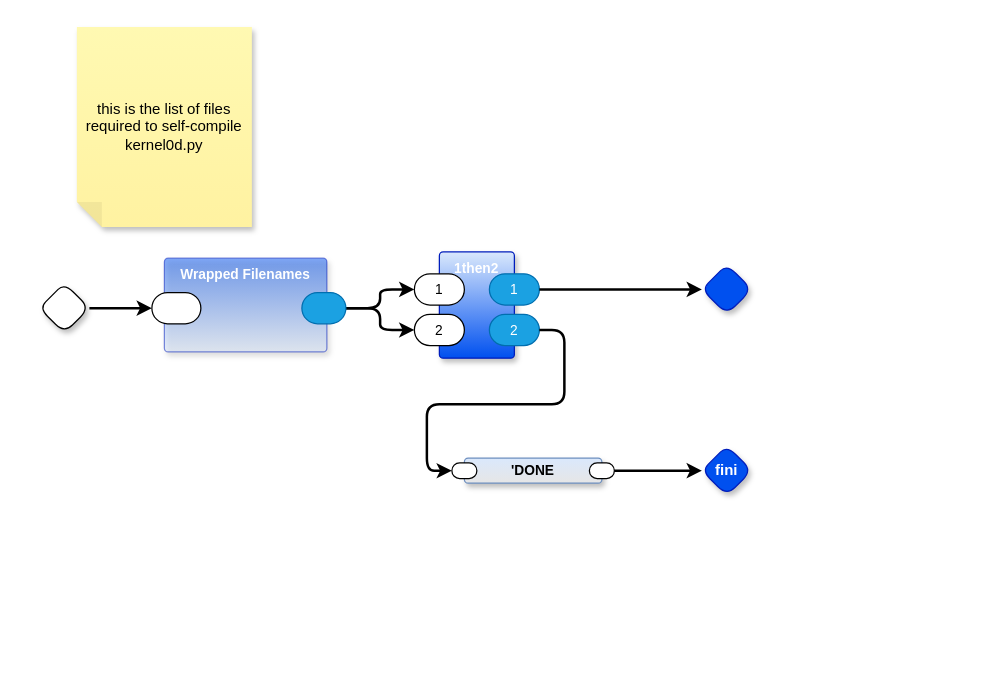
Above: page "List Filenames" (2 of 35) of rt2all.drawio in guitarvydas/rt (draw.io), before the change. Source tidied: cells renumbered, new cells numbered last; positions are measured from the earlier drawing's top-left corner, leaving out a move shared by most shapes. Both pictures are drawn from the tidied source at 125%, with x=0, y=0 at pixel (39, 26).
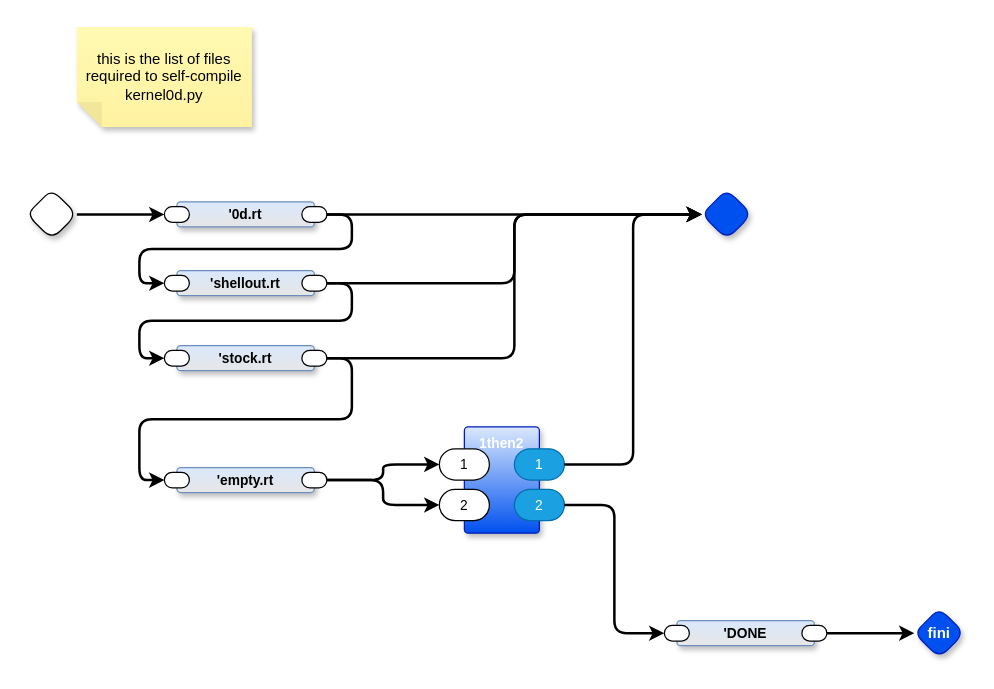
The same diagram, later.

Unchanged cells that the change refers to:
```xml
<mxCell id="11" value="2" style="rounded=1;whiteSpace=wrap;html=1;sketch=0;points=[[0,0.5,0,0,0],[1,0.5,0,0,0]];arcSize=50;fontFamily=Helvetica;fontSize=11;fontColor=default;labelBackgroundColor=none;" parent="10" vertex="1">
  <mxGeometry x="-20" y="50" width="40" height="25" as="geometry" />
</mxCell>
<mxCell id="12" value="1" style="rounded=1;whiteSpace=wrap;html=1;sketch=0;points=[[0,0.5,0,0,0],[1,0.5,0,0,0]];arcSize=50;fontFamily=Helvetica;fontSize=11;fontColor=default;labelBackgroundColor=none;" parent="10" vertex="1">
  <mxGeometry x="-20" y="17.5" width="40" height="25" as="geometry" />
</mxCell>
<mxCell id="13" value="1" style="rounded=1;whiteSpace=wrap;html=1;sketch=0;points=[[0,0.5,0,0,0],[1,0.5,0,0,0]];fillColor=#1ba1e2;fontColor=#ffffff;strokeColor=#006EAF;arcSize=50;fontFamily=Helvetica;fontSize=11;labelBackgroundColor=none;" parent="10" vertex="1">
  <mxGeometry x="40" y="17.5" width="40" height="25" as="geometry" />
</mxCell>
```

Change to the diagram source:
```diff
@@
-    <mxCell id="2" style="rhombus;whiteSpace=wrap;html=1;rounded=1;fontStyle=1;glass=0;sketch=0;fontSize=12;points=[[0,0.5,0,0,0],[0.5,0,0,0,0],[0.5,1,0,0,0],[1,0.5,0,0,0]];shadow=1;fontFamily=Helvetica;fontColor=default;" parent="1" vertex="1">
-      <mxGeometry y="205" width="40" height="40" as="geometry" />
-    </mxCell>
-    <mxCell id="3" style="edgeStyle=orthogonalEdgeStyle;rounded=1;jettySize=auto;html=1;exitX=1;exitY=0.5;exitDx=0;exitDy=0;exitPerimeter=0;strokeWidth=2;curved=0;entryX=0;entryY=0.5;entryDx=0;entryDy=0;entryPerimeter=0;" parent="1" edge="1" source="2" target="21">
-      <mxGeometry relative="1" as="geometry" />
-    </mxCell>
     <mxCell id="4" value="'DONE" style="rounded=1;whiteSpace=wrap;html=1;verticalAlign=middle;arcSize=6;fontStyle=1;absoluteArcSize=1;shadow=1;strokeColor=#6c8ebf;fillColor=#dae8fc;fontFamily=Helvetica;fontSize=11;gradientColor=#E6E6E6;fontColor=default;" parent="1" vertex="1">
-      <mxGeometry x="340" y="345" width="110" height="20" as="geometry" />
+      <mxGeometry x="510" y="475" width="110" height="20" as="geometry" />
     </mxCell>
@@
     <mxCell id="7" style="rhombus;whiteSpace=wrap;html=1;rounded=1;fontStyle=1;glass=0;sketch=0;fontSize=12;points=[[0,0.5,0,0,0],[0.5,0,0,0,0],[0.5,1,0,0,0],[1,0.5,0,0,0]];shadow=1;fillColor=#0050ef;fontColor=#ffffff;strokeColor=#001DBC;fontFamily=Helvetica;labelBackgroundColor=none;" parent="1" vertex="1">
-      <mxGeometry x="530" y="190" width="40" height="40" as="geometry" />
+      <mxGeometry x="530" y="130" width="40" height="40" as="geometry" />
     </mxCell>
     <mxCell id="8" value="fini" style="rhombus;whiteSpace=wrap;html=1;rounded=1;fontStyle=1;glass=0;sketch=0;fontSize=12;points=[[0,0.5,0,0,0],[0.5,0,0,0,0],[0.5,1,0,0,0],[1,0.5,0,0,0]];shadow=1;fillColor=#0050ef;fontColor=#ffffff;strokeColor=#001DBC;fontFamily=Helvetica;labelBackgroundColor=none;" parent="1" vertex="1">
-      <mxGeometry x="530" y="335" width="40" height="40" as="geometry" />
+      <mxGeometry x="700" y="465" width="40" height="40" as="geometry" />
     </mxCell>
@@
     <mxCell id="10" value="1then2" style="rounded=1;whiteSpace=wrap;html=1;sketch=0;verticalAlign=top;arcSize=6;fontStyle=1;absoluteArcSize=1;shadow=1;strokeColor=#001DBC;fillColor=#DAE8FC;fontColor=#ffffff;gradientColor=#0050EF;fontFamily=Helvetica;fontSize=11;labelBackgroundColor=none;" parent="1" vertex="1">
-      <mxGeometry x="320" y="180" width="60" height="85" as="geometry" />
+      <mxGeometry x="340" y="320" width="60" height="85" as="geometry" />
     </mxCell>
@@
-    <mxCell id="15" style="edgeStyle=orthogonalEdgeStyle;shape=connector;curved=0;rounded=1;jettySize=auto;html=1;exitX=1;exitY=0.5;exitDx=0;exitDy=0;exitPerimeter=0;entryX=0;entryY=0.5;entryDx=0;entryDy=0;entryPerimeter=0;strokeColor=default;strokeWidth=2;align=center;verticalAlign=middle;fontFamily=Helvetica;fontSize=11;fontColor=default;labelBackgroundColor=default;endArrow=classic;" parent="1" edge="1" source="22" target="12">
-      <mxGeometry relative="1" as="geometry" />
-    </mxCell>
-    <mxCell id="16" style="edgeStyle=orthogonalEdgeStyle;shape=connector;curved=0;rounded=1;jettySize=auto;html=1;exitX=1;exitY=0.5;exitDx=0;exitDy=0;exitPerimeter=0;strokeColor=default;strokeWidth=2;align=center;verticalAlign=middle;fontFamily=Helvetica;fontSize=11;fontColor=default;labelBackgroundColor=default;endArrow=classic;" parent="1" edge="1" source="13" target="7">
-      <mxGeometry relative="1" as="geometry" />
-    </mxCell>
-    <mxCell id="17" style="edgeStyle=orthogonalEdgeStyle;shape=connector;curved=0;rounded=1;jettySize=auto;html=1;exitX=1;exitY=0.5;exitDx=0;exitDy=0;exitPerimeter=0;entryX=0;entryY=0.5;entryDx=0;entryDy=0;entryPerimeter=0;strokeColor=default;strokeWidth=2;align=center;verticalAlign=middle;fontFamily=Helvetica;fontSize=11;fontColor=default;labelBackgroundColor=default;endArrow=classic;" parent="1" edge="1" source="22" target="11">
-      <mxGeometry relative="1" as="geometry" />
-    </mxCell>
@@
     <mxCell id="19" value="this is the list of files required to self-compile kernel0d.py" style="shape=note;whiteSpace=wrap;html=1;backgroundOutline=1;fontColor=#000000;darkOpacity=0.05;fillColor=#FFF9B2;strokeColor=none;fillStyle=solid;direction=west;gradientDirection=north;gradientColor=#FFF2A1;shadow=1;size=20;" parent="1" vertex="1">
-      <mxGeometry x="30" width="140" height="160" as="geometry" />
+      <mxGeometry x="30" width="140" height="80" as="geometry" />
     </mxCell>
-    <mxCell id="20" value="Wrapped Filenames" style="rounded=1;whiteSpace=wrap;sketch=0;verticalAlign=top;arcSize=6;fontStyle=1;absoluteArcSize=1;shadow=1;strokeColor=#001DBC;fillColor=#0050ef;fontColor=#ffffff;fontFamily=Helvetica;fontSize=11;labelBackgroundColor=none;opacity=50;gradientColor=#DAE8FC;" parent="1" vertex="1">
-      <mxGeometry x="100" y="185" width="130" height="75" as="geometry" />
-    </mxCell>
-    <mxCell id="21" style="rounded=1;whiteSpace=wrap;sketch=0;points=[[0,0.5,0,0,0],[1,0.5,0,0,0]];arcSize=50;fontFamily=Helvetica;fontSize=11;fontColor=default;labelBackgroundColor=none;" parent="20" vertex="1">
-      <mxGeometry x="-10" y="27.5" width="39.2" height="25" as="geometry" />
-    </mxCell>
-    <mxCell id="22" style="rounded=1;whiteSpace=wrap;sketch=0;points=[[0,0.5,0,0,0],[1,0.5,0,0,0]];fillColor=#1ba1e2;fontColor=#ffffff;strokeColor=#006EAF;arcSize=50;fontFamily=Helvetica;fontSize=11;labelBackgroundColor=none;" parent="20" vertex="1">
-      <mxGeometry x="110" y="27.5" width="35.2" height="25" as="geometry" />
-    </mxCell>
+    <mxCell id="23" style="rhombus;whiteSpace=wrap;html=1;rounded=1;fontStyle=1;glass=0;sketch=0;fontSize=12;points=[[0,0.5,0,0,0],[0.5,0,0,0,0],[0.5,1,0,0,0],[1,0.5,0,0,0]];shadow=1;fontFamily=Helvetica;fontColor=default;" parent="1" vertex="1">
+      <mxGeometry x="-10" y="130" width="40" height="40" as="geometry" />
+    </mxCell>
+    <mxCell id="24" style="edgeStyle=orthogonalEdgeStyle;rounded=1;jettySize=auto;html=1;exitX=1;exitY=0.5;exitDx=0;exitDy=0;exitPerimeter=0;strokeWidth=2;curved=0;entryX=0;entryY=0.5;entryDx=0;entryDy=0;entryPerimeter=0;" parent="1" edge="1" source="23" target="42">
+      <mxGeometry relative="1" as="geometry" />
+    </mxCell>
+    <mxCell id="25" value="'shellout.rt" style="rounded=1;whiteSpace=wrap;html=1;verticalAlign=middle;arcSize=6;fontStyle=1;absoluteArcSize=1;shadow=1;strokeColor=#6c8ebf;fillColor=#dae8fc;fontFamily=Helvetica;fontSize=11;gradientColor=#E6E6E6;fontColor=default;" parent="1" vertex="1">
+      <mxGeometry x="110" y="195" width="110" height="20" as="geometry" />
+    </mxCell>
+    <mxCell id="26" style="rounded=1;whiteSpace=wrap;html=1;sketch=0;points=[[0,0.5,0,0,0],[1,0.5,0,0,0]];arcSize=50;fontFamily=Helvetica;fontSize=11;fontColor=default;" parent="25" vertex="1">
+      <mxGeometry x="100" y="3.8" width="20" height="12.5" as="geometry" />
+    </mxCell>
+    <mxCell id="27" style="rounded=1;whiteSpace=wrap;html=1;sketch=0;points=[[0,0.5,0,0,0],[1,0.5,0,0,0]];arcSize=50;fontFamily=Helvetica;fontSize=11;fontColor=default;" parent="25" vertex="1">
+      <mxGeometry x="-10" y="3.8" width="20" height="12.5" as="geometry" />
+    </mxCell>
+    <mxCell id="28" style="edgeStyle=orthogonalEdgeStyle;rounded=1;jettySize=auto;html=1;exitX=1;exitY=0.5;exitDx=0;exitDy=0;exitPerimeter=0;entryX=0;entryY=0.5;entryDx=0;entryDy=0;entryPerimeter=0;strokeWidth=2;curved=0;" parent="1" edge="1" source="26" target="32">
+      <mxGeometry relative="1" as="geometry" />
+    </mxCell>
+    <mxCell id="29" style="edgeStyle=orthogonalEdgeStyle;shape=connector;curved=0;rounded=1;jettySize=auto;html=1;exitX=1;exitY=0.5;exitDx=0;exitDy=0;exitPerimeter=0;entryX=0;entryY=0.5;entryDx=0;entryDy=0;entryPerimeter=0;strokeColor=default;strokeWidth=2;align=center;verticalAlign=middle;fontFamily=Helvetica;fontSize=11;fontColor=default;labelBackgroundColor=default;endArrow=classic;" parent="1" edge="1" source="26" target="7">
+      <mxGeometry relative="1" as="geometry" />
+    </mxCell>
+    <mxCell id="30" value="'stock.rt" style="rounded=1;whiteSpace=wrap;html=1;verticalAlign=middle;arcSize=6;fontStyle=1;absoluteArcSize=1;shadow=1;strokeColor=#6c8ebf;fillColor=#dae8fc;fontFamily=Helvetica;fontSize=11;gradientColor=#E6E6E6;fontColor=default;" parent="1" vertex="1">
+      <mxGeometry x="110" y="255" width="110" height="20" as="geometry" />
+    </mxCell>
+    <mxCell id="31" style="rounded=1;whiteSpace=wrap;html=1;sketch=0;points=[[0,0.5,0,0,0],[1,0.5,0,0,0]];arcSize=50;fontFamily=Helvetica;fontSize=11;fontColor=default;" parent="30" vertex="1">
+      <mxGeometry x="100" y="3.8" width="20" height="12.5" as="geometry" />
+    </mxCell>
+    <mxCell id="32" style="rounded=1;whiteSpace=wrap;html=1;sketch=0;points=[[0,0.5,0,0,0],[1,0.5,0,0,0]];arcSize=50;fontFamily=Helvetica;fontSize=11;fontColor=default;" parent="30" vertex="1">
+      <mxGeometry x="-10" y="3.8" width="20" height="12.5" as="geometry" />
+    </mxCell>
+    <mxCell id="33" style="edgeStyle=orthogonalEdgeStyle;rounded=1;jettySize=auto;html=1;entryX=0;entryY=0.5;entryDx=0;entryDy=0;entryPerimeter=0;strokeWidth=2;curved=0;exitX=1;exitY=0.5;exitDx=0;exitDy=0;exitPerimeter=0;" parent="1" edge="1" source="36" target="12">
+      <mxGeometry relative="1" as="geometry" />
+    </mxCell>
+    <mxCell id="34" style="edgeStyle=orthogonalEdgeStyle;rounded=1;jettySize=auto;html=1;entryX=0;entryY=0.5;entryDx=0;entryDy=0;entryPerimeter=0;strokeWidth=2;curved=0;exitX=1;exitY=0.5;exitDx=0;exitDy=0;exitPerimeter=0;" parent="1" edge="1" source="36" target="11">
+      <mxGeometry relative="1" as="geometry" />
+    </mxCell>
+    <mxCell id="16" style="edgeStyle=orthogonalEdgeStyle;rounded=1;jettySize=auto;html=1;exitX=1;exitY=0.5;exitDx=0;exitDy=0;exitPerimeter=0;entryX=0;entryY=0.5;entryDx=0;entryDy=0;entryPerimeter=0;strokeWidth=2;curved=0;" parent="1" edge="1" source="13" target="7">
+      <mxGeometry relative="1" as="geometry" />
+    </mxCell>
+    <mxCell id="35" value="'empty.rt" style="rounded=1;whiteSpace=wrap;html=1;verticalAlign=middle;arcSize=6;fontStyle=1;absoluteArcSize=1;shadow=1;strokeColor=#6c8ebf;fillColor=#dae8fc;fontFamily=Helvetica;fontSize=11;gradientColor=#E6E6E6;fontColor=default;" parent="1" vertex="1">
+      <mxGeometry x="110" y="352.5" width="110" height="20" as="geometry" />
+    </mxCell>
+    <mxCell id="36" style="rounded=1;whiteSpace=wrap;html=1;sketch=0;points=[[0,0.5,0,0,0],[1,0.5,0,0,0]];arcSize=50;fontFamily=Helvetica;fontSize=11;fontColor=default;" parent="35" vertex="1">
+      <mxGeometry x="100" y="3.8" width="20" height="12.5" as="geometry" />
+    </mxCell>
+    <mxCell id="37" style="rounded=1;whiteSpace=wrap;html=1;sketch=0;points=[[0,0.5,0,0,0],[1,0.5,0,0,0]];arcSize=50;fontFamily=Helvetica;fontSize=11;fontColor=default;" parent="35" vertex="1">
+      <mxGeometry x="-10" y="3.8" width="20" height="12.5" as="geometry" />
+    </mxCell>
+    <mxCell id="38" style="edgeStyle=orthogonalEdgeStyle;rounded=1;jettySize=auto;html=1;exitX=1;exitY=0.5;exitDx=0;exitDy=0;exitPerimeter=0;entryX=0;entryY=0.5;entryDx=0;entryDy=0;entryPerimeter=0;strokeWidth=2;curved=0;" parent="1" edge="1" source="31" target="37">
+      <mxGeometry relative="1" as="geometry" />
+    </mxCell>
+    <mxCell id="39" style="edgeStyle=orthogonalEdgeStyle;rounded=1;jettySize=auto;html=1;exitX=1;exitY=0.5;exitDx=0;exitDy=0;exitPerimeter=0;entryX=0;entryY=0.5;entryDx=0;entryDy=0;entryPerimeter=0;strokeWidth=2;curved=0;" parent="1" edge="1" source="31" target="7">
+      <mxGeometry relative="1" as="geometry" />
+    </mxCell>
+    <mxCell id="40" value="'0d.rt" style="rounded=1;whiteSpace=wrap;html=1;verticalAlign=middle;arcSize=6;fontStyle=1;absoluteArcSize=1;shadow=1;strokeColor=#6c8ebf;fillColor=#dae8fc;fontFamily=Helvetica;fontSize=11;gradientColor=#E6E6E6;fontColor=default;" parent="1" vertex="1">
+      <mxGeometry x="110" y="140" width="110" height="20" as="geometry" />
+    </mxCell>
+    <mxCell id="41" style="rounded=1;whiteSpace=wrap;html=1;sketch=0;points=[[0,0.5,0,0,0],[1,0.5,0,0,0]];arcSize=50;fontFamily=Helvetica;fontSize=11;fontColor=default;" parent="40" vertex="1">
+      <mxGeometry x="100" y="3.8" width="20" height="12.5" as="geometry" />
+    </mxCell>
+    <mxCell id="42" style="rounded=1;whiteSpace=wrap;html=1;sketch=0;points=[[0,0.5,0,0,0],[1,0.5,0,0,0]];arcSize=50;fontFamily=Helvetica;fontSize=11;fontColor=default;" parent="40" vertex="1">
+      <mxGeometry x="-10" y="3.8" width="20" height="12.5" as="geometry" />
+    </mxCell>
+    <mxCell id="43" style="edgeStyle=orthogonalEdgeStyle;shape=connector;curved=0;rounded=1;jettySize=auto;html=1;exitX=1;exitY=0.5;exitDx=0;exitDy=0;exitPerimeter=0;entryX=0;entryY=0.5;entryDx=0;entryDy=0;entryPerimeter=0;strokeColor=default;strokeWidth=2;align=center;verticalAlign=middle;fontFamily=Helvetica;fontSize=11;fontColor=default;labelBackgroundColor=default;endArrow=classic;" parent="1" edge="1" source="41" target="7">
+      <mxGeometry relative="1" as="geometry" />
+    </mxCell>
+    <mxCell id="44" style="edgeStyle=orthogonalEdgeStyle;shape=connector;curved=0;rounded=1;jettySize=auto;html=1;exitX=1;exitY=0.5;exitDx=0;exitDy=0;exitPerimeter=0;entryX=0;entryY=0.5;entryDx=0;entryDy=0;entryPerimeter=0;strokeColor=default;strokeWidth=2;align=center;verticalAlign=middle;fontFamily=Helvetica;fontSize=11;fontColor=default;labelBackgroundColor=default;endArrow=classic;" parent="1" edge="1" source="41" target="27">
+      <mxGeometry relative="1" as="geometry" />
+    </mxCell>
```
